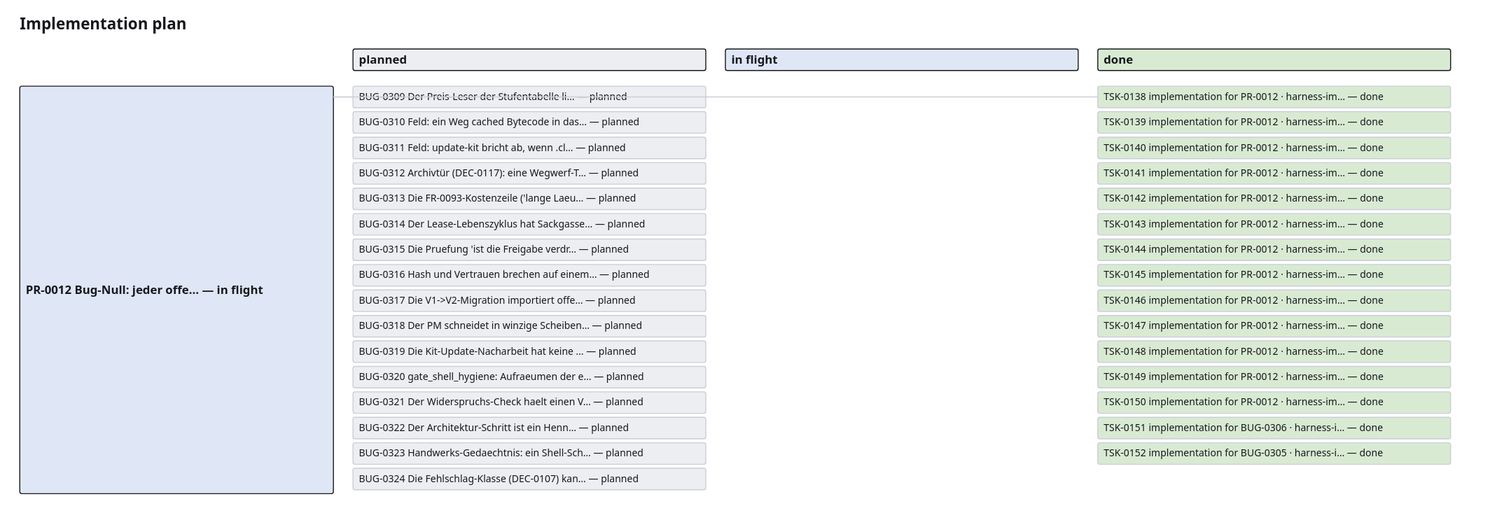
The draw.io diagram project_memory/generated/plan.drawio.svg in GiaZenX/harness, before a commit. Source tidied: cells renumbered, new cells last; positions are measured from the earlier drawing's top-left corner, leaving out a move shared by most shapes.
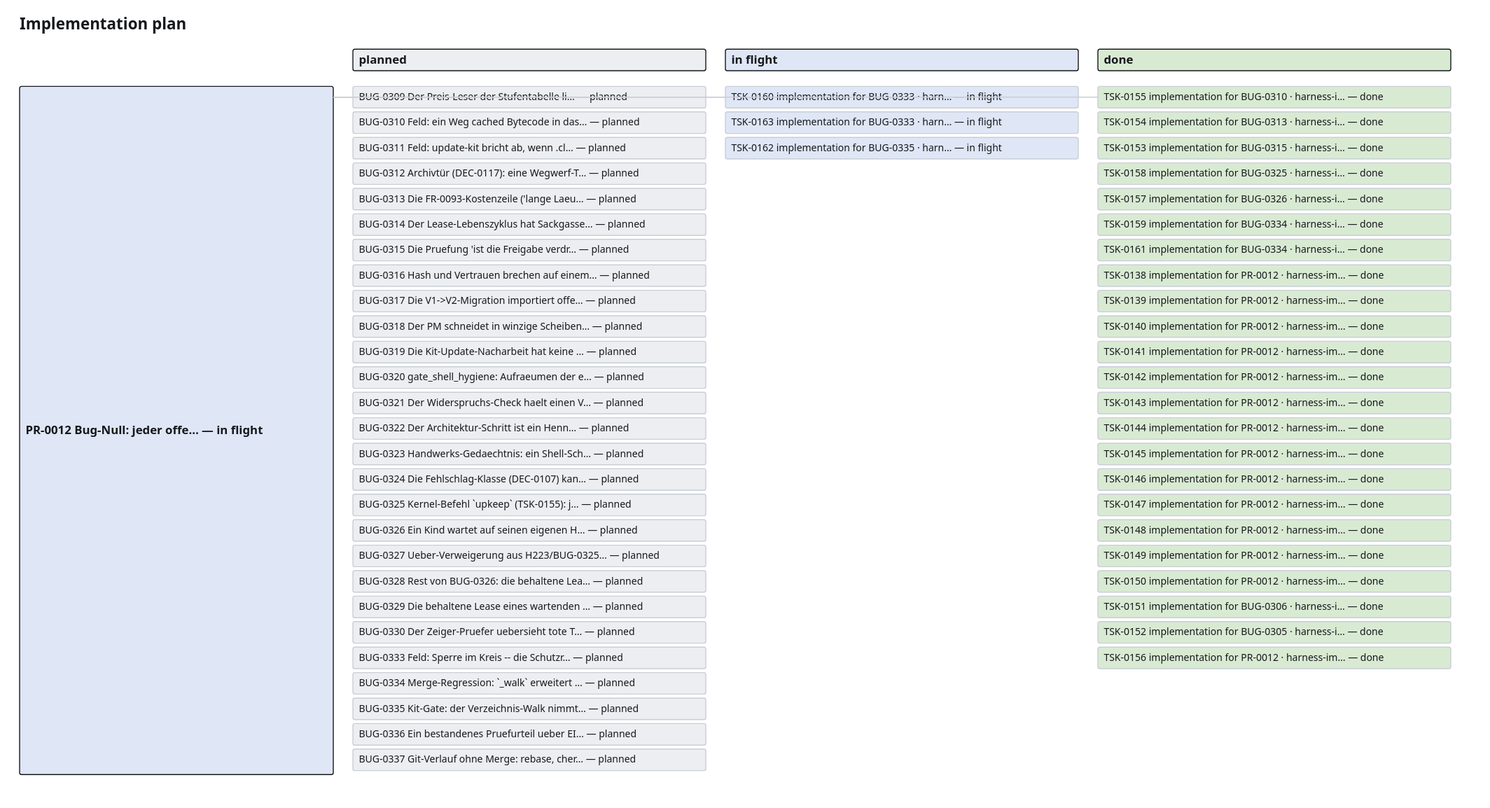
After the change.

What changed in the source:
```diff
@@ -15,7 +15,7 @@
       <mxGeometry x="1100" y="34" width="360" height="22" as="geometry" />
     </mxCell>
     <mxCell id="6" value="PR-0012 Bug-Null: jeder offe… — in flight" style="rounded=1;whiteSpace=wrap;html=1;fillColor=#dfe6f5;strokeColor=#16181c;fontSize=12;fontStyle=1;" parent="1" vertex="1">
-      <mxGeometry y="72" width="320" height="416" as="geometry" />
+      <mxGeometry y="72" width="320" height="702" as="geometry" />
     </mxCell>
     <mxCell id="7" value="BUG-0309 Der Preis-Leser der Stufentabelle li… — planned" style="rounded=1;whiteSpace=wrap;html=1;fillColor=#eceef1;strokeColor=#c9ced6;fontSize=10;" parent="1" vertex="1">
       <mxGeometry x="340" y="72" width="360" height="22" as="geometry" />
@@ -68,53 +68,122 @@
     <mxCell id="23" value="BUG-0324 Die Fehlschlag-Klasse (DEC-0107) kan… — planned" style="rounded=1;whiteSpace=wrap;html=1;fillColor=#eceef1;strokeColor=#c9ced6;fontSize=10;" parent="1" vertex="1">
       <mxGeometry x="340" y="462" width="360" height="22" as="geometry" />
     </mxCell>
-    <mxCell id="24" value="TSK-0138 implementation for PR-0012 · harness-im… — done" style="rounded=1;whiteSpace=wrap;html=1;fillColor=#d9ead3;strokeColor=#c9ced6;fontSize=10;" parent="1" vertex="1">
-      <mxGeometry x="1100" y="72" width="360" height="22" as="geometry" />
+    <mxCell id="24" value="BUG-0325 Kernel-Befehl `upkeep` (TSK-0155): j… — planned" style="rounded=1;whiteSpace=wrap;html=1;fillColor=#eceef1;strokeColor=#c9ced6;fontSize=10;" parent="1" vertex="1">
+      <mxGeometry x="340" y="488" width="360" height="22" as="geometry" />
     </mxCell>
-    <mxCell id="25" style="edgeStyle=orthogonalEdgeStyle;endArrow=none;strokeColor=#c9ced6;" parent="1" edge="1" source="6" target="24">
-      <mxGeometry relative="1" as="geometry" />
+    <mxCell id="25" value="BUG-0326 Ein Kind wartet auf seinen eigenen H… — planned" style="rounded=1;whiteSpace=wrap;html=1;fillColor=#eceef1;strokeColor=#c9ced6;fontSize=10;" parent="1" vertex="1">
+      <mxGeometry x="340" y="514" width="360" height="22" as="geometry" />
     </mxCell>
-    <mxCell id="26" value="TSK-0139 implementation for PR-0012 · harness-im… — done" style="rounded=1;whiteSpace=wrap;html=1;fillColor=#d9ead3;strokeColor=#c9ced6;fontSize=10;" parent="1" vertex="1">
-      <mxGeometry x="1100" y="98" width="360" height="22" as="geometry" />
+    <mxCell id="26" value="BUG-0327 Ueber-Verweigerung aus H223/BUG-0325… — planned" style="rounded=1;whiteSpace=wrap;html=1;fillColor=#eceef1;strokeColor=#c9ced6;fontSize=10;" parent="1" vertex="1">
+      <mxGeometry x="340" y="540" width="360" height="22" as="geometry" />
     </mxCell>
-    <mxCell id="27" value="TSK-0140 implementation for PR-0012 · harness-im… — done" style="rounded=1;whiteSpace=wrap;html=1;fillColor=#d9ead3;strokeColor=#c9ced6;fontSize=10;" parent="1" vertex="1">
-      <mxGeometry x="1100" y="124" width="360" height="22" as="geometry" />
+    <mxCell id="27" value="BUG-0328 Rest von BUG-0326: die behaltene Lea… — planned" style="rounded=1;whiteSpace=wrap;html=1;fillColor=#eceef1;strokeColor=#c9ced6;fontSize=10;" parent="1" vertex="1">
+      <mxGeometry x="340" y="566" width="360" height="22" as="geometry" />
     </mxCell>
-    <mxCell id="28" value="TSK-0141 implementation for PR-0012 · harness-im… — done" style="rounded=1;whiteSpace=wrap;html=1;fillColor=#d9ead3;strokeColor=#c9ced6;fontSize=10;" parent="1" vertex="1">
-      <mxGeometry x="1100" y="150" width="360" height="22" as="geometry" />
+    <mxCell id="28" value="BUG-0329 Die behaltene Lease eines wartenden … — planned" style="rounded=1;whiteSpace=wrap;html=1;fillColor=#eceef1;strokeColor=#c9ced6;fontSize=10;" parent="1" vertex="1">
+      <mxGeometry x="340" y="592" width="360" height="22" as="geometry" />
     </mxCell>
-    <mxCell id="29" value="TSK-0142 implementation for PR-0012 · harness-im… — done" style="rounded=1;whiteSpace=wrap;html=1;fillColor=#d9ead3;strokeColor=#c9ced6;fontSize=10;" parent="1" vertex="1">
-      <mxGeometry x="1100" y="176" width="360" height="22" as="geometry" />
+    <mxCell id="29" value="BUG-0330 Der Zeiger-Pruefer uebersieht tote T… — planned" style="rounded=1;whiteSpace=wrap;html=1;fillColor=#eceef1;strokeColor=#c9ced6;fontSize=10;" parent="1" vertex="1">
+      <mxGeometry x="340" y="618" width="360" height="22" as="geometry" />
     </mxCell>
-    <mxCell id="30" value="TSK-0143 implementation for PR-0012 · harness-im… — done" style="rounded=1;whiteSpace=wrap;html=1;fillColor=#d9ead3;strokeColor=#c9ced6;fontSize=10;" parent="1" vertex="1">
-      <mxGeometry x="1100" y="202" width="360" height="22" as="geometry" />
+    <mxCell id="30" value="BUG-0333 Feld: Sperre im Kreis -- die Schutzr… — planned" style="rounded=1;whiteSpace=wrap;html=1;fillColor=#eceef1;strokeColor=#c9ced6;fontSize=10;" parent="1" vertex="1">
+      <mxGeometry x="340" y="644" width="360" height="22" as="geometry" />
     </mxCell>
-    <mxCell id="31" value="TSK-0144 implementation for PR-0012 · harness-im… — done" style="rounded=1;whiteSpace=wrap;html=1;fillColor=#d9ead3;strokeColor=#c9ced6;fontSize=10;" parent="1" vertex="1">
-      <mxGeometry x="1100" y="228" width="360" height="22" as="geometry" />
+    <mxCell id="31" value="BUG-0334 Merge-Regression: `_walk` erweitert … — planned" style="rounded=1;whiteSpace=wrap;html=1;fillColor=#eceef1;strokeColor=#c9ced6;fontSize=10;" parent="1" vertex="1">
+      <mxGeometry x="340" y="670" width="360" height="22" as="geometry" />
     </mxCell>
-    <mxCell id="32" value="TSK-0145 implementation for PR-0012 · harness-im… — done" style="rounded=1;whiteSpace=wrap;html=1;fillColor=#d9ead3;strokeColor=#c9ced6;fontSize=10;" parent="1" vertex="1">
-      <mxGeometry x="1100" y="254" width="360" height="22" as="geometry" />
+    <mxCell id="32" value="BUG-0335 Kit-Gate: der Verzeichnis-Walk nimmt… — planned" style="rounded=1;whiteSpace=wrap;html=1;fillColor=#eceef1;strokeColor=#c9ced6;fontSize=10;" parent="1" vertex="1">
+      <mxGeometry x="340" y="696" width="360" height="22" as="geometry" />
     </mxCell>
-    <mxCell id="33" value="TSK-0146 implementation for PR-0012 · harness-im… — done" style="rounded=1;whiteSpace=wrap;html=1;fillColor=#d9ead3;strokeColor=#c9ced6;fontSize=10;" parent="1" vertex="1">
-      <mxGeometry x="1100" y="280" width="360" height="22" as="geometry" />
+    <mxCell id="33" value="BUG-0336 Ein bestandenes Pruefurteil ueber EI… — planned" style="rounded=1;whiteSpace=wrap;html=1;fillColor=#eceef1;strokeColor=#c9ced6;fontSize=10;" parent="1" vertex="1">
+      <mxGeometry x="340" y="722" width="360" height="22" as="geometry" />
     </mxCell>
-    <mxCell id="34" value="TSK-0147 implementation for PR-0012 · harness-im… — done" style="rounded=1;whiteSpace=wrap;html=1;fillColor=#d9ead3;strokeColor=#c9ced6;fontSize=10;" parent="1" vertex="1">
-      <mxGeometry x="1100" y="306" width="360" height="22" as="geometry" />
+    <mxCell id="34" value="BUG-0337 Git-Verlauf ohne Merge: rebase, cher… — planned" style="rounded=1;whiteSpace=wrap;html=1;fillColor=#eceef1;strokeColor=#c9ced6;fontSize=10;" parent="1" vertex="1">
+      <mxGeometry x="340" y="748" width="360" height="22" as="geometry" />
     </mxCell>
-    <mxCell id="35" value="TSK-0148 implementation for PR-0012 · harness-im… — done" style="rounded=1;whiteSpace=wrap;html=1;fillColor=#d9ead3;strokeColor=#c9ced6;fontSize=10;" parent="1" vertex="1">
-      <mxGeometry x="1100" y="332" width="360" height="22" as="geometry" />
+    <mxCell id="35" value="TSK-0160 implementation for BUG-0333 · harn… — in flight" style="rounded=1;whiteSpace=wrap;html=1;fillColor=#dfe6f5;strokeColor=#c9ced6;fontSize=10;" parent="1" vertex="1">
+      <mxGeometry x="720" y="72" width="360" height="22" as="geometry" />
     </mxCell>
-    <mxCell id="36" value="TSK-0149 implementation for PR-0012 · harness-im… — done" style="rounded=1;whiteSpace=wrap;html=1;fillColor=#d9ead3;strokeColor=#c9ced6;fontSize=10;" parent="1" vertex="1">
-      <mxGeometry x="1100" y="358" width="360" height="22" as="geometry" />
+    <mxCell id="36" style="edgeStyle=orthogonalEdgeStyle;endArrow=none;strokeColor=#c9ced6;" parent="1" edge="1" source="6" target="35">
+      <mxGeometry relative="1" as="geometry" />
     </mxCell>
-    <mxCell id="37" value="TSK-0150 implementation for PR-0012 · harness-im… — done" style="rounded=1;whiteSpace=wrap;html=1;fillColor=#d9ead3;strokeColor=#c9ced6;fontSize=10;" parent="1" vertex="1">
-      <mxGeometry x="1100" y="384" width="360" height="22" as="geometry" />
+    <mxCell id="37" value="TSK-0163 implementation for BUG-0333 · harn… — in flight" style="rounded=1;whiteSpace=wrap;html=1;fillColor=#dfe6f5;strokeColor=#c9ced6;fontSize=10;" parent="1" vertex="1">
+      <mxGeometry x="720" y="98" width="360" height="22" as="geometry" />
     </mxCell>
-    <mxCell id="38" value="TSK-0151 implementation for BUG-0306 · harness-i… — done" style="rounded=1;whiteSpace=wrap;html=1;fillColor=#d9ead3;strokeColor=#c9ced6;fontSize=10;" parent="1" vertex="1">
-      <mxGeometry x="1100" y="410" width="360" height="22" as="geometry" />
+    <mxCell id="38" value="TSK-0162 implementation for BUG-0335 · harn… — in flight" style="rounded=1;whiteSpace=wrap;html=1;fillColor=#dfe6f5;strokeColor=#c9ced6;fontSize=10;" parent="1" vertex="1">
+      <mxGeometry x="720" y="124" width="360" height="22" as="geometry" />
     </mxCell>
-    <mxCell id="39" value="TSK-0152 implementation for BUG-0305 · harness-i… — done" style="rounded=1;whiteSpace=wrap;html=1;fillColor=#d9ead3;strokeColor=#c9ced6;fontSize=10;" parent="1" vertex="1">
-      <mxGeometry x="1100" y="436" width="360" height="22" as="geometry" />
+    <mxCell id="39" value="TSK-0155 implementation for BUG-0310 · harness-i… — done" style="rounded=1;whiteSpace=wrap;html=1;fillColor=#d9ead3;strokeColor=#c9ced6;fontSize=10;" parent="1" vertex="1">
+      <mxGeometry x="1100" y="72" width="360" height="22" as="geometry" />
     </mxCell>
+    <mxCell id="40" style="edgeStyle=orthogonalEdgeStyle;endArrow=none;strokeColor=#c9ced6;" parent="1" edge="1" source="6" target="39">
+      <mxGeometry relative="1" as="geometry" />
+    </mxCell>
+    <mxCell id="41" value="TSK-0154 implementation for BUG-0313 · harness-i… — done" style="rounded=1;whiteSpace=wrap;html=1;fillColor=#d9ead3;strokeColor=#c9ced6;fontSize=10;" parent="1" vertex="1">
+      <mxGeometry x="1100" y="98" width="360" height="22" as="geometry" />
+    </mxCell>
+    <mxCell id="42" value="TSK-0153 implementation for BUG-0315 · harness-i… — done" style="rounded=1;whiteSpace=wrap;html=1;fillColor=#d9ead3;strokeColor=#c9ced6;fontSize=10;" parent="1" vertex="1">
+      <mxGeometry x="1100" y="124" width="360" height="22" as="geometry" />
+    </mxCell>
+    <mxCell id="43" value="TSK-0158 implementation for BUG-0325 · harness-i… — done" style="rounded=1;whiteSpace=wrap;html=1;fillColor=#d9ead3;strokeColor=#c9ced6;fontSize=10;" parent="1" vertex="1">
+      <mxGeometry x="1100" y="150" width="360" height="22" as="geometry" />
+    </mxCell>
+    <mxCell id="44" value="TSK-0157 implementation for BUG-0326 · harness-i… — done" style="rounded=1;whiteSpace=wrap;html=1;fillColor=#d9ead3;strokeColor=#c9ced6;fontSize=10;" parent="1" vertex="1">
+      <mxGeometry x="1100" y="176" width="360" height="22" as="geometry" />
+    </mxCell>
+    <mxCell id="45" value="TSK-0159 implementation for BUG-0334 · harness-i… — done" style="rounded=1;whiteSpace=wrap;html=1;fillColor=#d9ead3;strokeColor=#c9ced6;fontSize=10;" parent="1" vertex="1">
+      <mxGeometry x="1100" y="202" width="360" height="22" as="geometry" />
+    </mxCell>
+    <mxCell id="46" value="TSK-0161 implementation for BUG-0334 · harness-i… — done" style="rounded=1;whiteSpace=wrap;html=1;fillColor=#d9ead3;strokeColor=#c9ced6;fontSize=10;" parent="1" vertex="1">
+      <mxGeometry x="1100" y="228" width="360" height="22" as="geometry" />
+    </mxCell>
+    <mxCell id="47" value="TSK-0138 implementation for PR-0012 · harness-im… — done" style="rounded=1;whiteSpace=wrap;html=1;fillColor=#d9ead3;strokeColor=#c9ced6;fontSize=10;" parent="1" vertex="1">
+      <mxGeometry x="1100" y="254" width="360" height="22" as="geometry" />
+    </mxCell>
+    <mxCell id="48" value="TSK-0139 implementation for PR-0012 · harness-im… — done" style="rounded=1;whiteSpace=wrap;html=1;fillColor=#d9ead3;strokeColor=#c9ced6;fontSize=10;" parent="1" vertex="1">
+      <mxGeometry x="1100" y="280" width="360" height="22" as="geometry" />
+    </mxCell>
+    <mxCell id="49" value="TSK-0140 implementation for PR-0012 · harness-im… — done" style="rounded=1;whiteSpace=wrap;html=1;fillColor=#d9ead3;strokeColor=#c9ced6;fontSize=10;" parent="1" vertex="1">
+      <mxGeometry x="1100" y="306" width="360" height="22" as="geometry" />
+    </mxCell>
+    <mxCell id="50" value="TSK-0141 implementation for PR-0012 · harness-im… — done" style="rounded=1;whiteSpace=wrap;html=1;fillColor=#d9ead3;strokeColor=#c9ced6;fontSize=10;" parent="1" vertex="1">
+      <mxGeometry x="1100" y="332" width="360" height="22" as="geometry" />
+    </mxCell>
+    <mxCell id="51" value="TSK-0142 implementation for PR-0012 · harness-im… — done" style="rounded=1;whiteSpace=wrap;html=1;fillColor=#d9ead3;strokeColor=#c9ced6;fontSize=10;" parent="1" vertex="1">
+      <mxGeometry x="1100" y="358" width="360" height="22" as="geometry" />
+    </mxCell>
+    <mxCell id="52" value="TSK-0143 implementation for PR-0012 · harness-im… — done" style="rounded=1;whiteSpace=wrap;html=1;fillColor=#d9ead3;strokeColor=#c9ced6;fontSize=10;" parent="1" vertex="1">
+      <mxGeometry x="1100" y="384" width="360" height="22" as="geometry" />
+    </mxCell>
+    <mxCell id="53" value="TSK-0144 implementation for PR-0012 · harness-im… — done" style="rounded=1;whiteSpace=wrap;html=1;fillColor=#d9ead3;strokeColor=#c9ced6;fontSize=10;" parent="1" vertex="1">
+      <mxGeometry x="1100" y="410" width="360" height="22" as="geometry" />
+    </mxCell>
+    <mxCell id="54" value="TSK-0145 implementation for PR-0012 · harness-im… — done" style="rounded=1;whiteSpace=wrap;html=1;fillColor=#d9ead3;strokeColor=#c9ced6;fontSize=10;" parent="1" vertex="1">
+      <mxGeometry x="1100" y="436" width="360" height="22" as="geometry" />
+    </mxCell>
+    <mxCell id="55" value="TSK-0146 implementation for PR-0012 · harness-im… — done" style="rounded=1;whiteSpace=wrap;html=1;fillColor=#d9ead3;strokeColor=#c9ced6;fontSize=10;" parent="1" vertex="1">
+      <mxGeometry x="1100" y="462" width="360" height="22" as="geometry" />
+    </mxCell>
+    <mxCell id="56" value="TSK-0147 implementation for PR-0012 · harness-im… — done" style="rounded=1;whiteSpace=wrap;html=1;fillColor=#d9ead3;strokeColor=#c9ced6;fontSize=10;" parent="1" vertex="1">
+      <mxGeometry x="1100" y="488" width="360" height="22" as="geometry" />
+    </mxCell>
+    <mxCell id="57" value="TSK-0148 implementation for PR-0012 · harness-im… — done" style="rounded=1;whiteSpace=wrap;html=1;fillColor=#d9ead3;strokeColor=#c9ced6;fontSize=10;" parent="1" vertex="1">
+      <mxGeometry x="1100" y="514" width="360" height="22" as="geometry" />
+    </mxCell>
+    <mxCell id="58" value="TSK-0149 implementation for PR-0012 · harness-im… — done" style="rounded=1;whiteSpace=wrap;html=1;fillColor=#d9ead3;strokeColor=#c9ced6;fontSize=10;" parent="1" vertex="1">
+      <mxGeometry x="1100" y="540" width="360" height="22" as="geometry" />
+    </mxCell>
+    <mxCell id="59" value="TSK-0150 implementation for PR-0012 · harness-im… — done" style="rounded=1;whiteSpace=wrap;html=1;fillColor=#d9ead3;strokeColor=#c9ced6;fontSize=10;" parent="1" vertex="1">
+      <mxGeometry x="1100" y="566" width="360" height="22" as="geometry" />
+    </mxCell>
+    <mxCell id="60" value="TSK-0151 implementation for BUG-0306 · harness-i… — done" style="rounded=1;whiteSpace=wrap;html=1;fillColor=#d9ead3;strokeColor=#c9ced6;fontSize=10;" parent="1" vertex="1">
+      <mxGeometry x="1100" y="592" width="360" height="22" as="geometry" />
+    </mxCell>
+    <mxCell id="61" value="TSK-0152 implementation for BUG-0305 · harness-i… — done" style="rounded=1;whiteSpace=wrap;html=1;fillColor=#d9ead3;strokeColor=#c9ced6;fontSize=10;" parent="1" vertex="1">
+      <mxGeometry x="1100" y="618" width="360" height="22" as="geometry" />
+    </mxCell>
+    <mxCell id="62" value="TSK-0156 implementation for PR-0012 · harness-im… — done" style="rounded=1;whiteSpace=wrap;html=1;fillColor=#d9ead3;strokeColor=#c9ced6;fontSize=10;" parent="1" vertex="1">
+      <mxGeometry x="1100" y="644" width="360" height="22" as="geometry" />
+    </mxCell>
   </root>
 </mxGraphModel>
```
